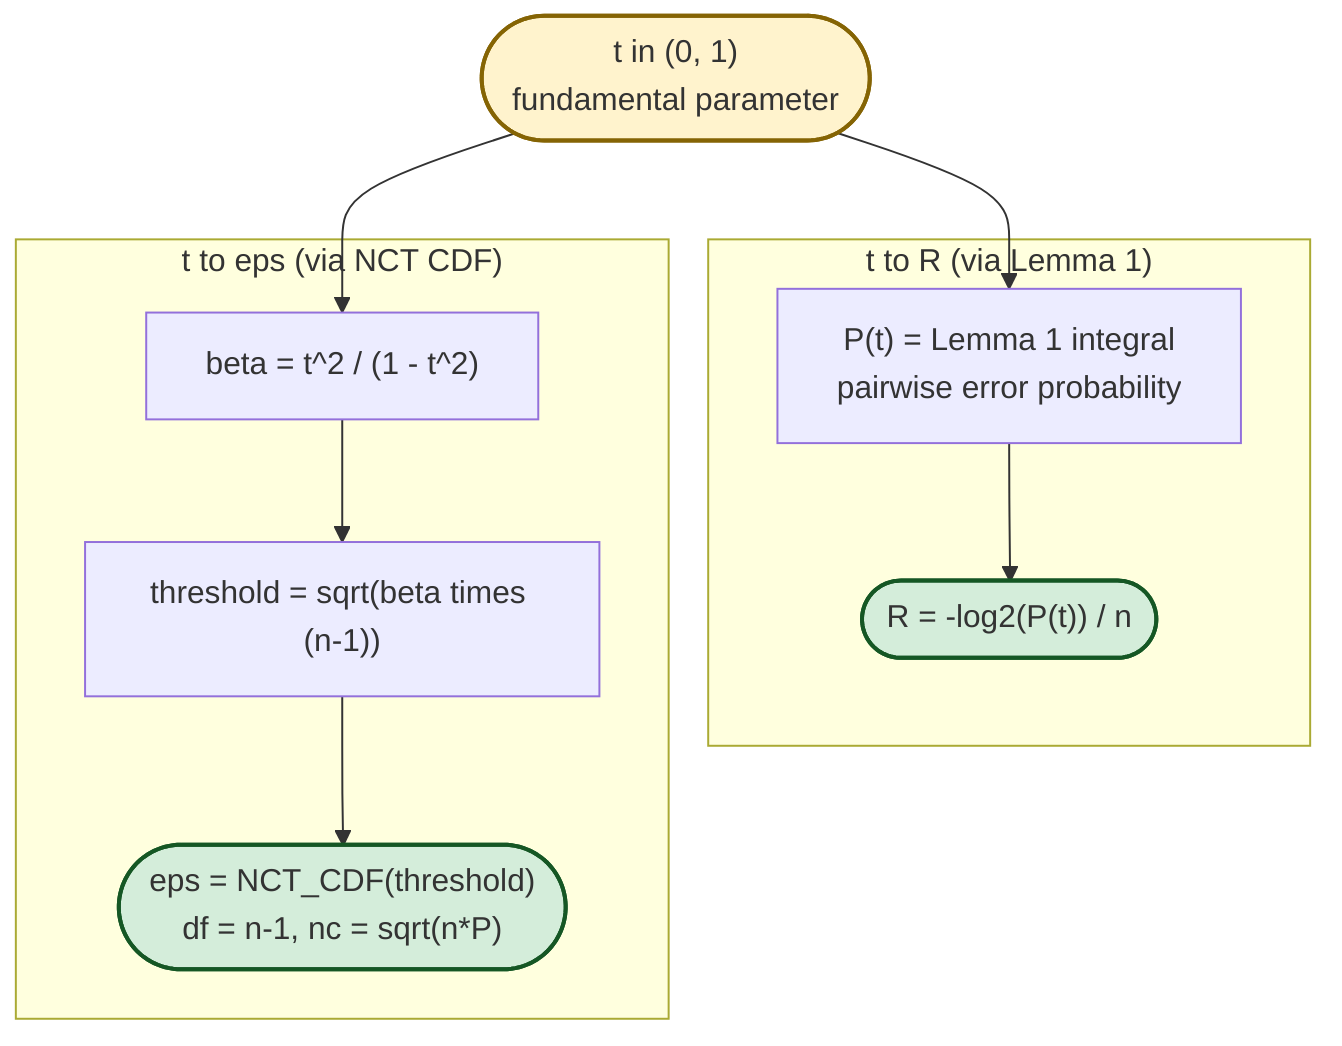
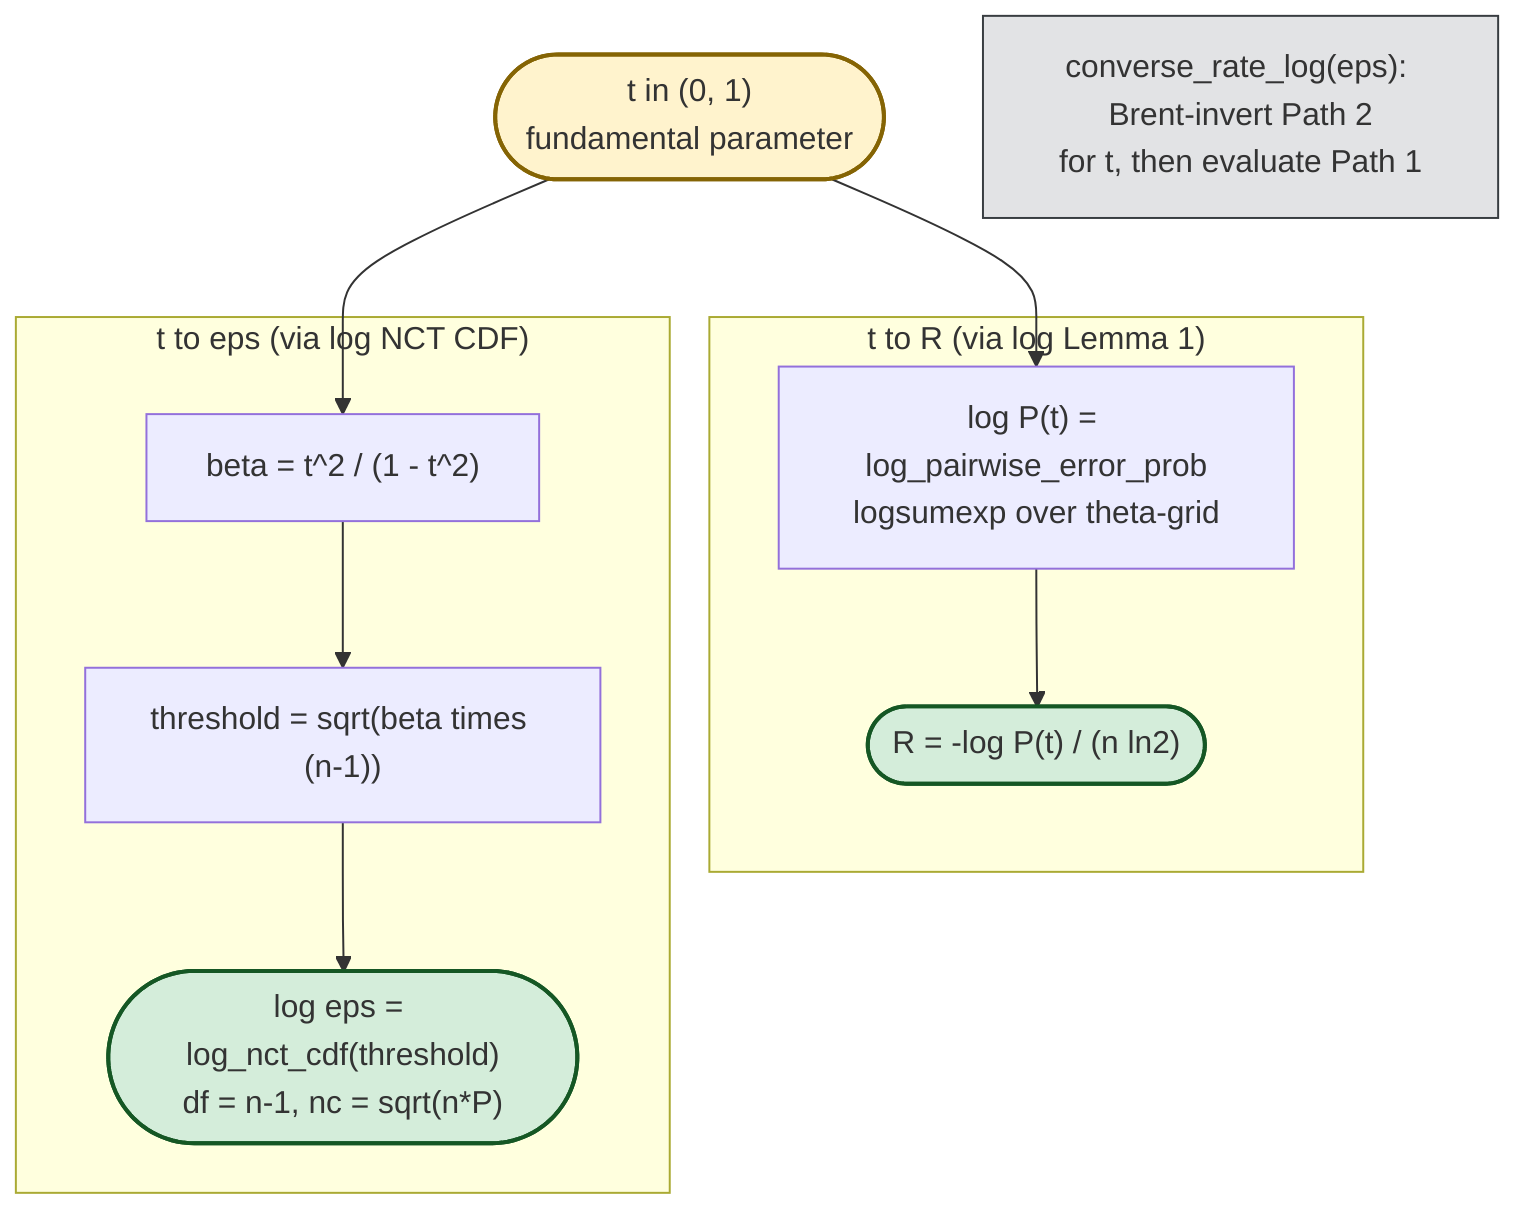
flowchart TD
    t(["t in (0, 1)<br/>fundamental parameter"])

-     subgraph Path1["t to R (via Lemma 1)"]
-         P["P(t) = Lemma 1 integral<br/>pairwise error probability"]
-         R(["R = -log2(P(t)) / n"])
+     subgraph Path1["t to R (via log Lemma 1)"]
+         P["log P(t) = log_pairwise_error_prob<br/>logsumexp over theta-grid"]
+         R(["R = -log P(t) / (n ln2)"])
        P --> R
    end

-     subgraph Path2["t to eps (via NCT CDF)"]
+     subgraph Path2["t to eps (via log NCT CDF)"]
        beta["beta = t^2 / (1 - t^2)"]
        thr["threshold = sqrt(beta times (n-1))"]
-         eps(["eps = NCT_CDF(threshold)<br/>df = n-1, nc = sqrt(n*P)"])
+         eps(["log eps = log_nct_cdf(threshold)<br/>df = n-1, nc = sqrt(n*P)"])
        beta --> thr --> eps
    end

    t --> P
    t --> beta

+     note["converse_rate_log(eps): Brent-invert Path 2<br/>for t, then evaluate Path 1"]
+ 
    classDef input fill:#fff3cd,stroke:#856404,stroke-width:2px
    classDef output fill:#d4edda,stroke:#155724,stroke-width:2px
+     classDef ann fill:#e2e3e5,stroke:#383d41
    class t input
    class R,eps output
+     class note ann
